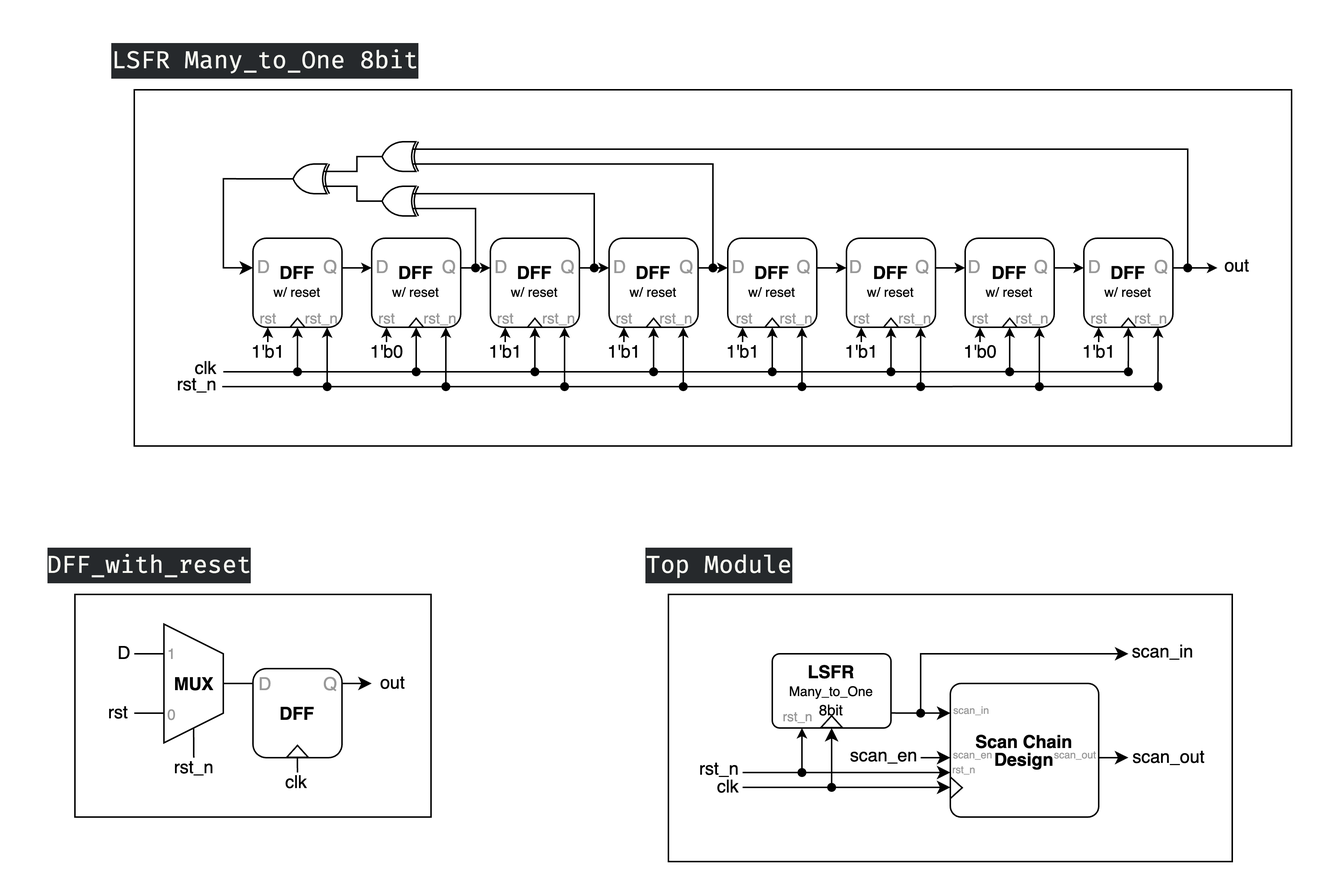
The draw.io diagram roger/Lab4/Circuit Diagram/a3.png in rogerfan48/Course-Soph1-HDL, before a commit. Source tidied: cells renumbered, new cells last; positions are measured from the earlier drawing's top-left corner, leaving out a move shared by most shapes.
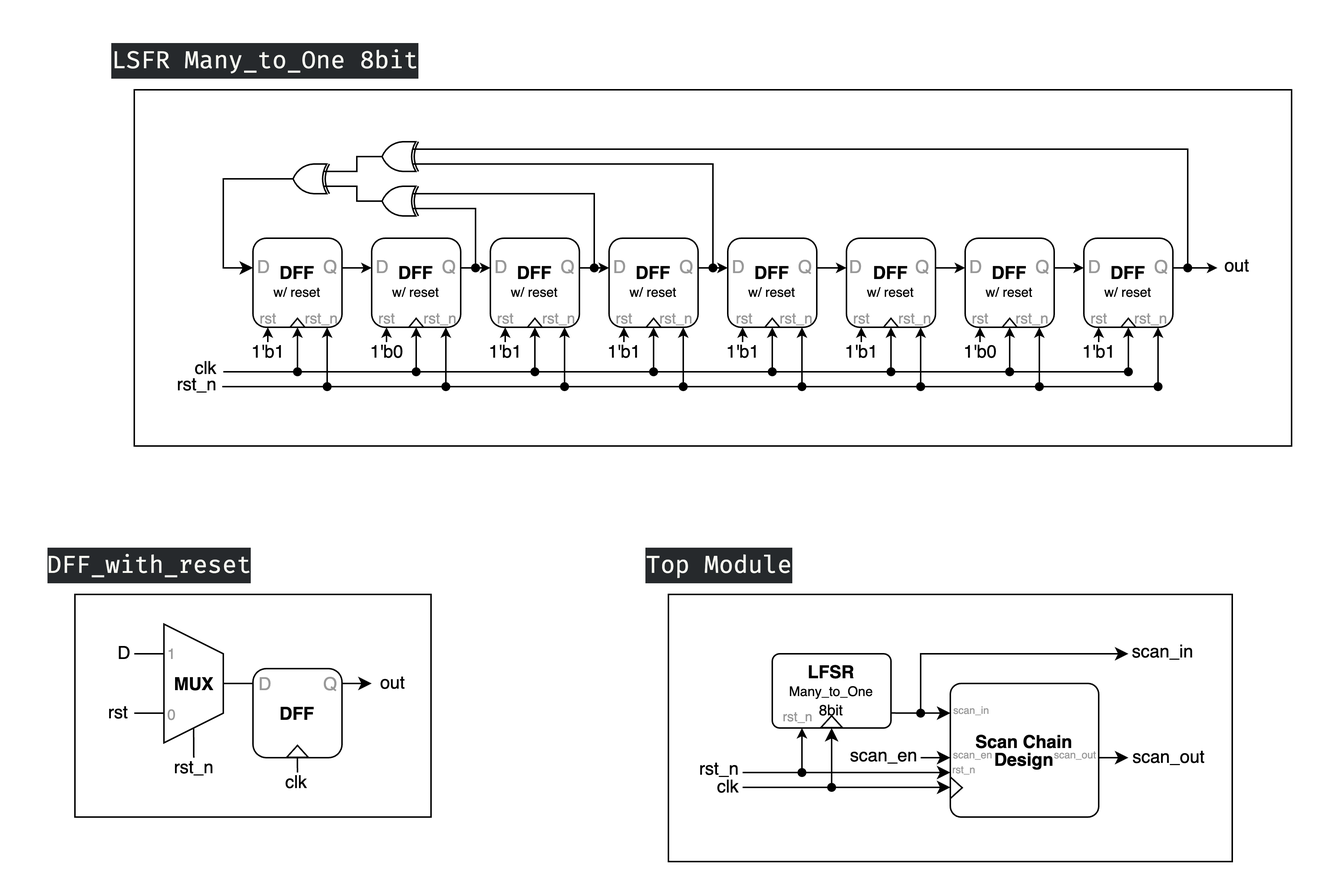
Above is the later version.

Change to the diagram source:
```diff
@@ -526,7 +526,7 @@
     <mxCell id="128" value="out" style="text;html=1;align=center;verticalAlign=middle;strokeColor=none;fillColor=none;" parent="1" vertex="1">
       <mxGeometry x="793" y="144" width="40" height="30" as="geometry" />
     </mxCell>
-    <mxCell id="129" value="&lt;p style=&quot;line-height: 0%;&quot;&gt;&lt;span style=&quot;background-color: initial;&quot;&gt;&lt;b&gt;LSFR&lt;/b&gt;&lt;/span&gt;&lt;/p&gt;&lt;p style=&quot;line-height: 0%;&quot;&gt;&lt;span style=&quot;font-size: 9px; background-color: initial;&quot;&gt;Many_to_One&lt;/span&gt;&lt;br&gt;&lt;/p&gt;&lt;p style=&quot;line-height: 0%;&quot;&gt;&lt;font size=&quot;1&quot;&gt;8bit&lt;/font&gt;&lt;/p&gt;&lt;p&gt;&lt;/p&gt;" style="rounded=1;whiteSpace=wrap;html=1;arcSize=10;" parent="1" vertex="1">
+    <mxCell id="129" value="&lt;p style=&quot;line-height: 0%;&quot;&gt;&lt;span style=&quot;background-color: initial;&quot;&gt;&lt;b&gt;LFSR&lt;/b&gt;&lt;/span&gt;&lt;/p&gt;&lt;p style=&quot;line-height: 0%;&quot;&gt;&lt;span style=&quot;font-size: 9px; background-color: initial;&quot;&gt;Many_to_One&lt;/span&gt;&lt;br&gt;&lt;/p&gt;&lt;p style=&quot;line-height: 0%;&quot;&gt;&lt;font size=&quot;1&quot;&gt;8bit&lt;/font&gt;&lt;/p&gt;&lt;p&gt;&lt;/p&gt;" style="rounded=1;whiteSpace=wrap;html=1;arcSize=10;" parent="1" vertex="1">
       <mxGeometry x="500" y="420" width="80" height="50" as="geometry" />
     </mxCell>
     <mxCell id="130" style="edgeStyle=orthogonalEdgeStyle;rounded=0;orthogonalLoop=1;jettySize=auto;html=1;exitX=1;exitY=0.5;exitDx=0;exitDy=0;" parent="1" edge="1">
```
